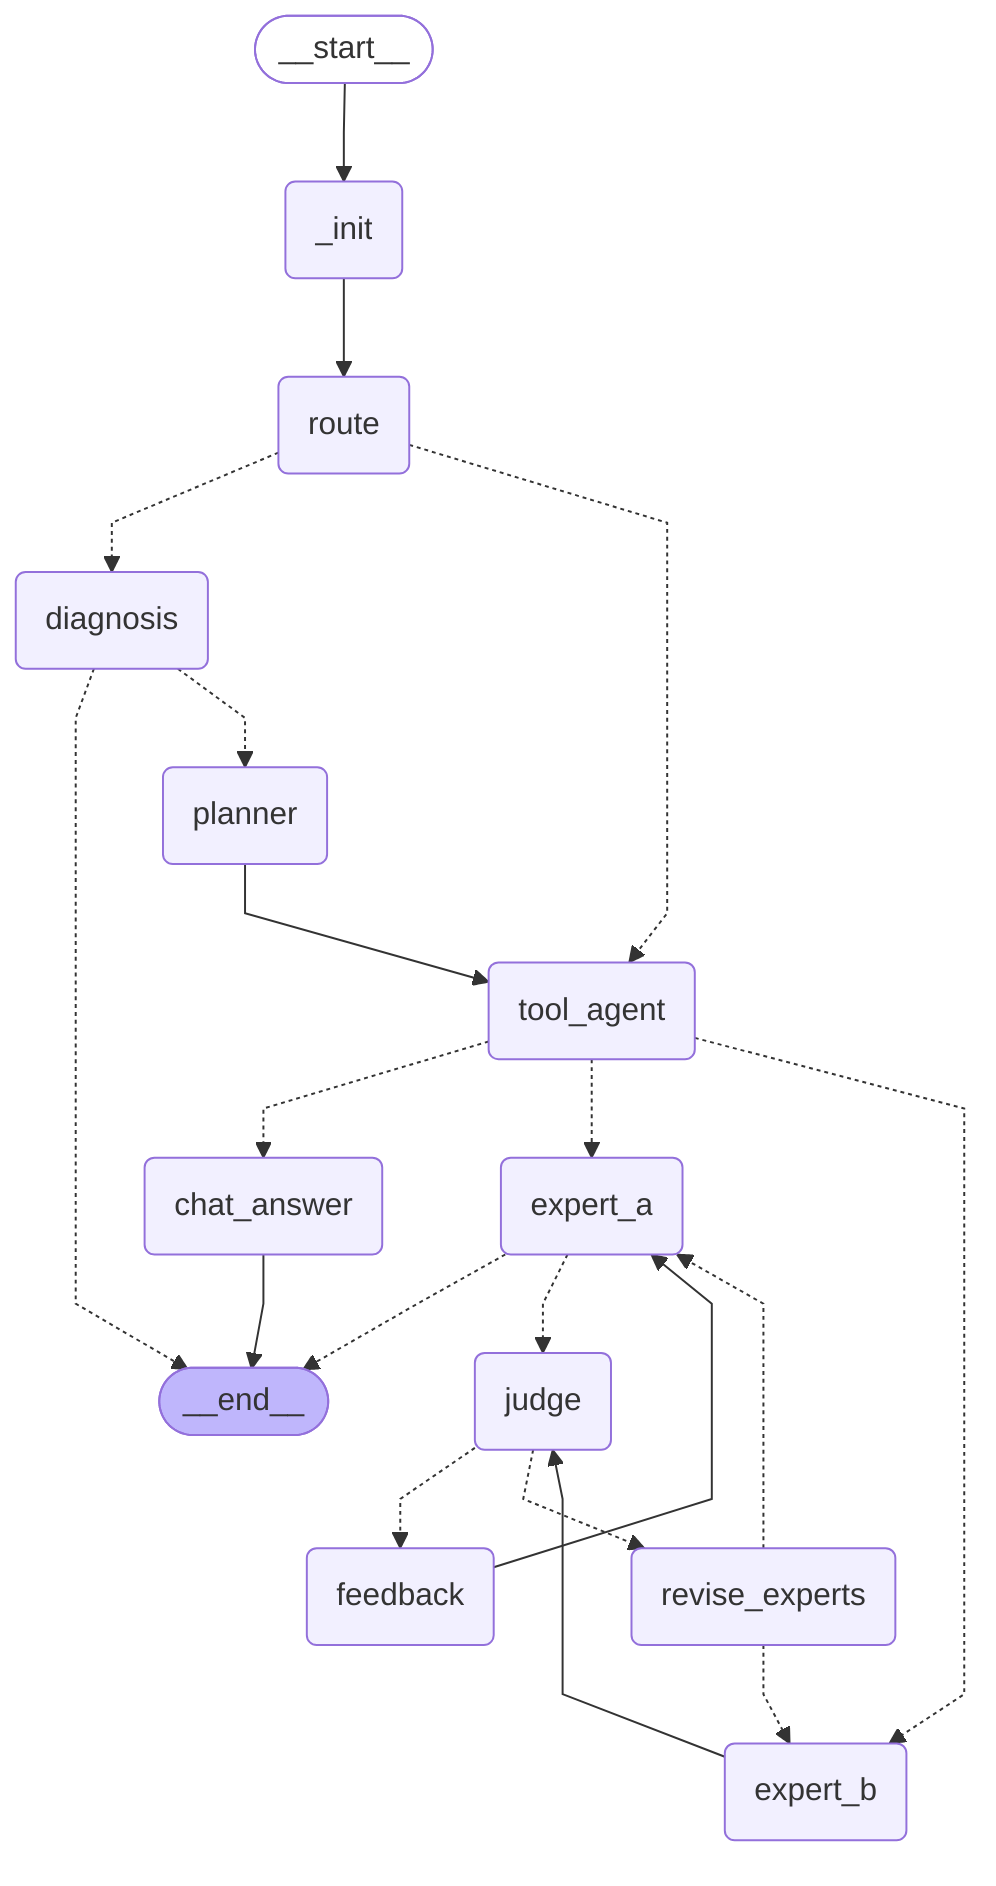
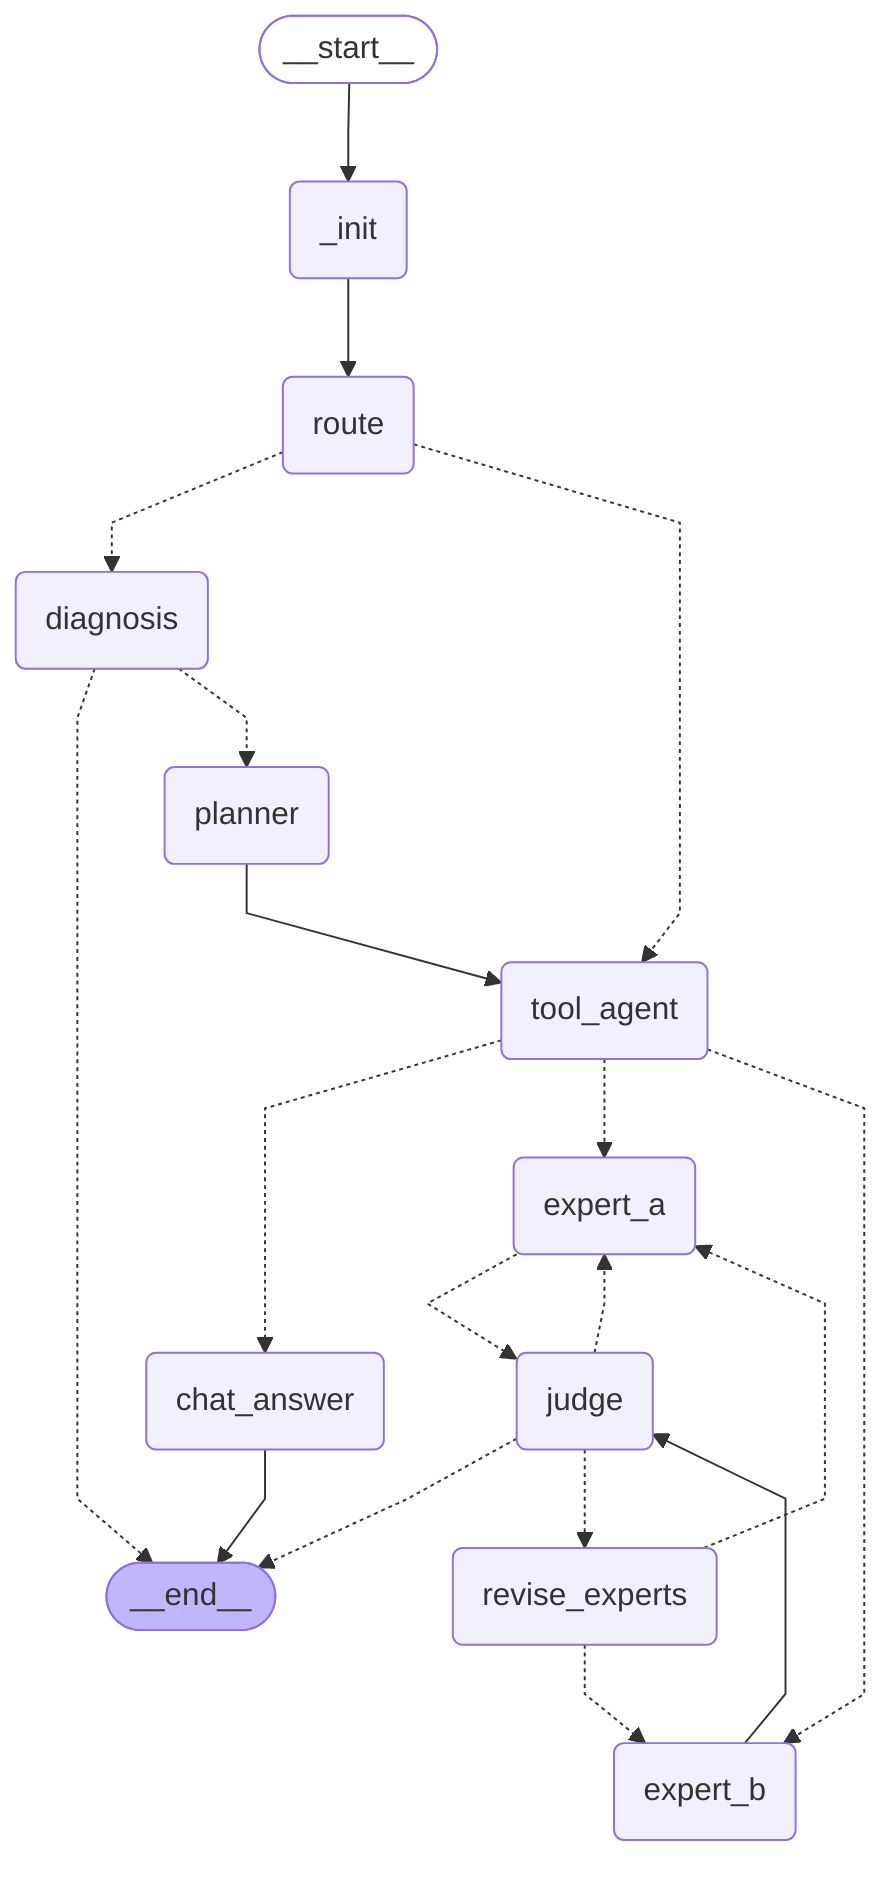
---
config:
  flowchart:
    curve: linear
---
graph TD;
	__start__([<p>__start__</p>]):::first
	_init(_init)
	route(route)
	diagnosis(diagnosis)
	planner(planner)
	tool_agent(tool_agent)
	chat_answer(chat_answer)
	expert_a(expert_a)
	expert_b(expert_b)
	judge(judge)
	revise_experts(revise_experts)
- 	feedback(feedback)
	__end__([<p>__end__</p>]):::last
	__start__ --> _init;
	_init --> route;
	diagnosis -.-> __end__;
	diagnosis -.-> planner;
- 	expert_a -.-> __end__;
	expert_a -.-> judge;
	expert_b --> judge;
- 	feedback --> expert_a;
- 	judge -.-> feedback;
+ 	judge -.-> __end__;
+ 	judge -.-> expert_a;
	judge -.-> revise_experts;
	planner --> tool_agent;
	revise_experts -.-> expert_a;
	revise_experts -.-> expert_b;
	route -.-> diagnosis;
	route -.-> tool_agent;
	tool_agent -.-> chat_answer;
	tool_agent -.-> expert_a;
	tool_agent -.-> expert_b;
	chat_answer --> __end__;
	classDef default fill:#f2f0ff,line-height:1.2
	classDef first fill-opacity:0
	classDef last fill:#bfb6fc
